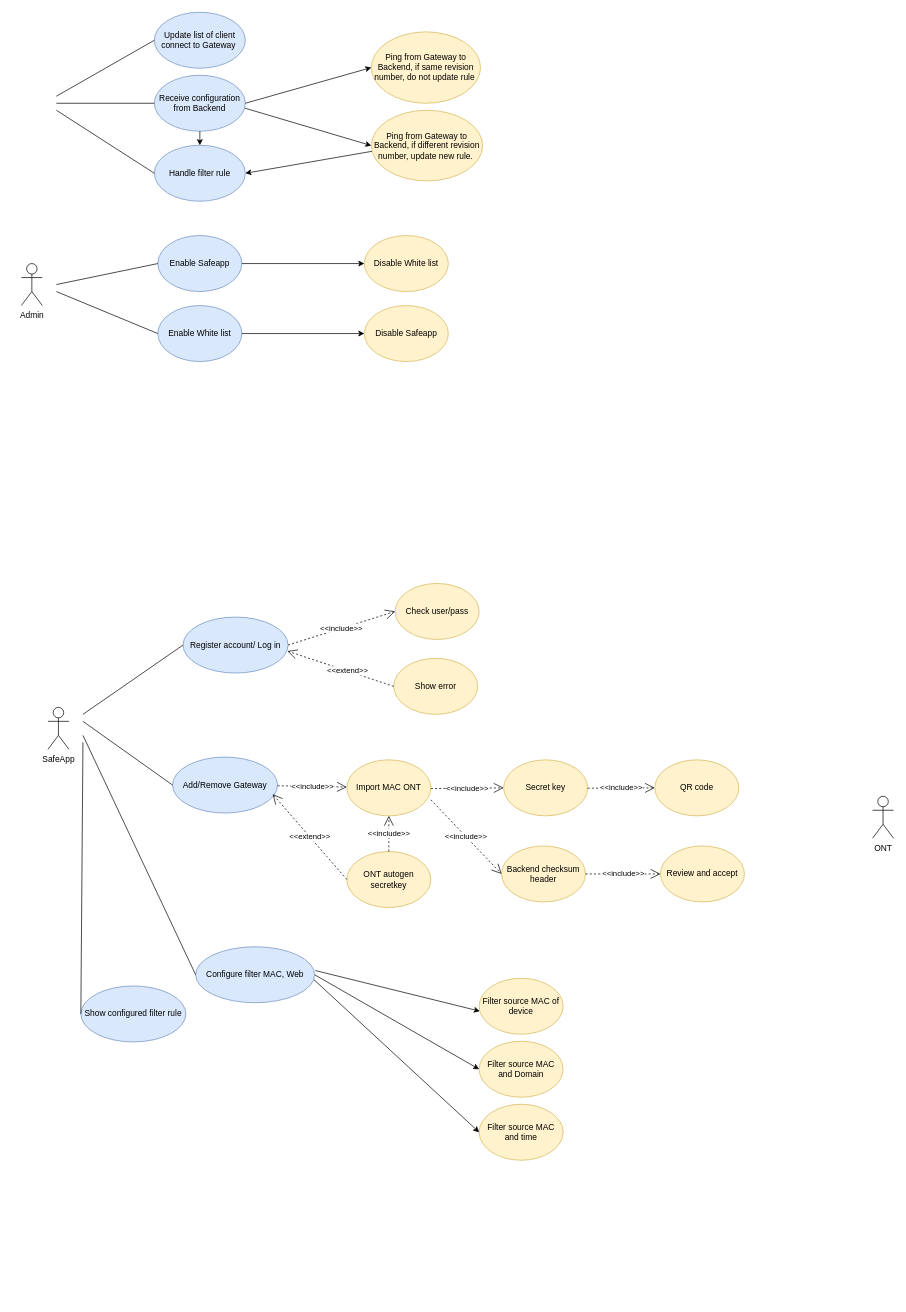
The draw.io diagram Untitled Diagram.drawio in nhatdevemb/Image_galerry, before the edit. Source tidied: cells renumbered, new cells numbered last; positions are measured from the earlier drawing's top-left corner, leaving out a move shared by most shapes. Both pictures are drawn from the tidied source at 70%, with x=0, y=0 at pixel (21, 12).
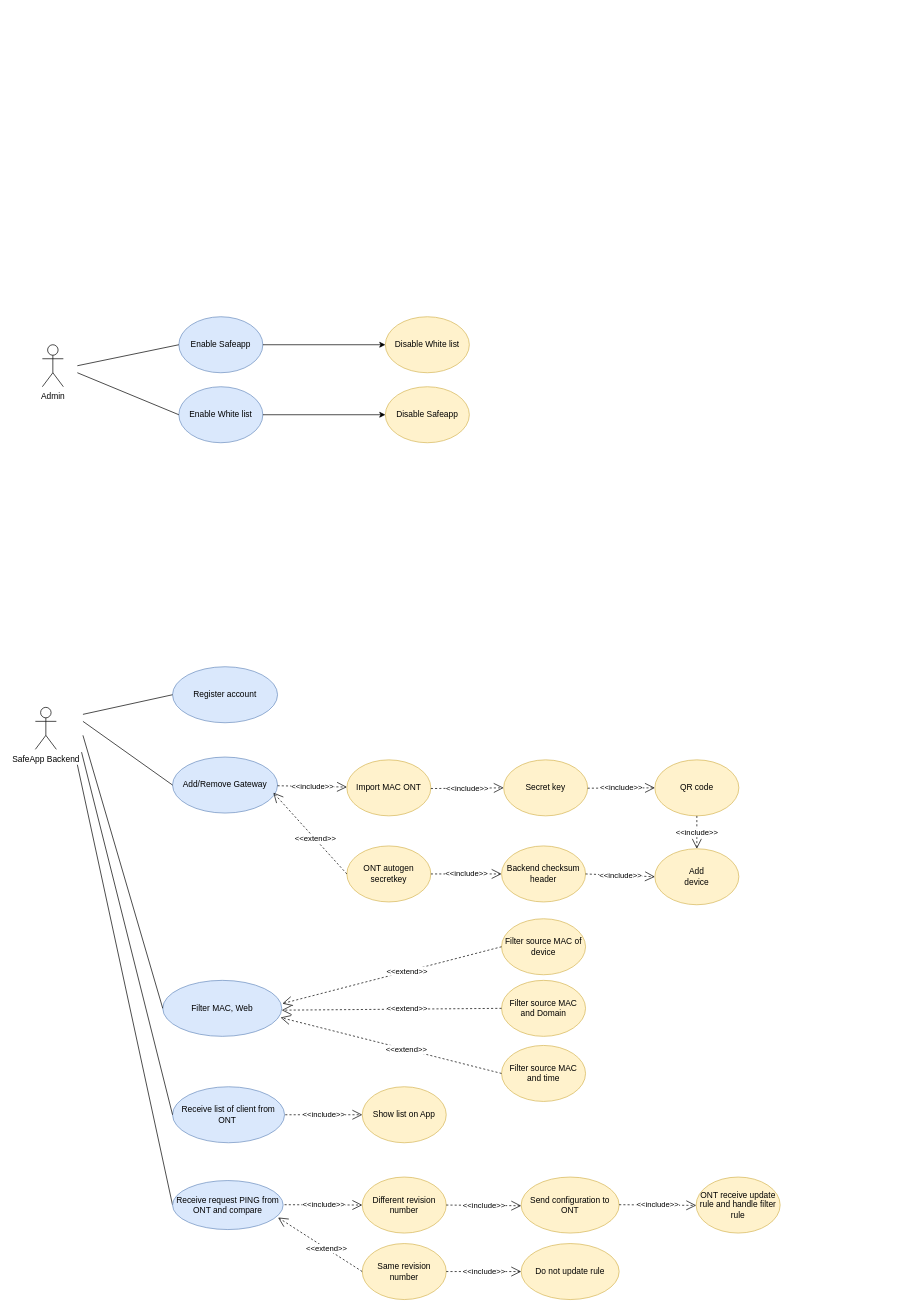
After the change.

The change refers to these unchanged cells:
```xml
<mxCell id="5" value="Add/Remove Gateway" style="ellipse;whiteSpace=wrap;html=1;fillColor=#dae8fc;strokeColor=#6c8ebf;" parent="1" vertex="1">
  <mxGeometry x="216" y="1064" width="150" height="80" as="geometry" />
</mxCell>
<mxCell id="39" value="Import MAC ONT" style="ellipse;whiteSpace=wrap;html=1;fillColor=#fff2cc;strokeColor=#d6b656;" parent="1" vertex="1">
  <mxGeometry x="465" y="1068" width="120" height="80" as="geometry" />
</mxCell>
<mxCell id="47" value="QR code" style="ellipse;whiteSpace=wrap;html=1;fillColor=#fff2cc;strokeColor=#d6b656;" parent="1" vertex="1">
  <mxGeometry x="905" y="1068" width="120" height="80" as="geometry" />
</mxCell>
<mxCell id="51" value="Backend checksum header" style="ellipse;whiteSpace=wrap;html=1;fillColor=#fff2cc;strokeColor=#d6b656;" parent="1" vertex="1">
  <mxGeometry x="686" y="1191" width="120" height="80" as="geometry" />
</mxCell>
```

Diff of the diagram source:
```diff
@@
-    <mxCell id="2" value="SafeApp" style="shape=umlActor;verticalLabelPosition=bottom;verticalAlign=top;html=1;" parent="1" vertex="1">
-      <mxGeometry x="38" y="993" width="30" height="60" as="geometry" />
+    <mxCell id="2" value="SafeApp Backend" style="shape=umlActor;verticalLabelPosition=bottom;verticalAlign=top;html=1;" parent="1" vertex="1">
+      <mxGeometry x="20" y="993" width="30" height="60" as="geometry" />
     </mxCell>
-    <mxCell id="3" value="Register account/ Log in" style="ellipse;whiteSpace=wrap;html=1;fillColor=#dae8fc;strokeColor=#6c8ebf;" parent="1" vertex="1">
-      <mxGeometry x="231" y="864" width="150" height="80" as="geometry" />
+    <mxCell id="3" value="Register account" style="ellipse;whiteSpace=wrap;html=1;fillColor=#dae8fc;strokeColor=#6c8ebf;" parent="1" vertex="1">
+      <mxGeometry x="216" y="935" width="150" height="80" as="geometry" />
     </mxCell>
-    <mxCell id="4" value="Show configured filter rule" style="ellipse;whiteSpace=wrap;html=1;fillColor=#dae8fc;strokeColor=#6c8ebf;" parent="1" vertex="1">
-      <mxGeometry x="85" y="1391" width="150" height="80" as="geometry" />
+    <mxCell id="4" value="Receive list of client from ONT&amp;nbsp;" style="ellipse;whiteSpace=wrap;html=1;fillColor=#dae8fc;strokeColor=#6c8ebf;" parent="1" vertex="1">
+      <mxGeometry x="216" y="1535" width="160" height="80" as="geometry" />
     </mxCell>
@@
-    <mxCell id="6" value="Configure filter MAC, Web" style="ellipse;whiteSpace=wrap;html=1;fillColor=#dae8fc;strokeColor=#6c8ebf;" parent="1" vertex="1">
-      <mxGeometry x="249" y="1335" width="170" height="80" as="geometry" />
+    <mxCell id="6" value="Filter MAC, Web" style="ellipse;whiteSpace=wrap;html=1;fillColor=#dae8fc;strokeColor=#6c8ebf;" parent="1" vertex="1">
+      <mxGeometry x="202" y="1383" width="170" height="80" as="geometry" />
     </mxCell>
@@
     <mxCell id="8" style="endArrow=none;html=1;rounded=0;entryX=0;entryY=0.5;entryDx=0;entryDy=0;" parent="1" edge="1" target="4">
       <mxGeometry relative="1" as="geometry">
-        <mxPoint x="88" y="1043" as="sourcePoint" />
+        <mxPoint x="86" y="1057" as="sourcePoint" />
       </mxGeometry>
     </mxCell>
@@
-    <mxCell id="11" value="ONT" style="shape=umlActor;verticalLabelPosition=bottom;verticalAlign=top;html=1;" parent="1" vertex="1">
-      <mxGeometry x="1216" y="1120" width="30" height="60" as="geometry" />
-    </mxCell>
     <mxCell id="12" value="Filter source MAC of device" style="ellipse;whiteSpace=wrap;html=1;fillColor=#fff2cc;strokeColor=#d6b656;" parent="1" vertex="1">
-      <mxGeometry x="654" y="1380" width="120" height="80" as="geometry" />
+      <mxGeometry x="686" y="1295" width="120" height="80" as="geometry" />
     </mxCell>
     <mxCell id="13" value="Filter source MAC and Domain" style="ellipse;whiteSpace=wrap;html=1;fillColor=#fff2cc;strokeColor=#d6b656;" parent="1" vertex="1">
-      <mxGeometry x="654" y="1470" width="120" height="80" as="geometry" />
+      <mxGeometry x="686" y="1383" width="120" height="80" as="geometry" />
     </mxCell>
     <mxCell id="14" value="Filter source MAC and time" style="ellipse;whiteSpace=wrap;html=1;fillColor=#fff2cc;strokeColor=#d6b656;" parent="1" vertex="1">
-      <mxGeometry x="654" y="1560" width="120" height="80" as="geometry" />
+      <mxGeometry x="686" y="1476" width="120" height="80" as="geometry" />
     </mxCell>
-    <mxCell id="15" style="endArrow=classic;html=1;rounded=0;entryX=0.008;entryY=0.588;entryDx=0;entryDy=0;entryPerimeter=0;exitX=1.006;exitY=0.425;exitDx=0;exitDy=0;exitPerimeter=0;" parent="1" edge="1" source="6" target="12">
-      <mxGeometry relative="1" as="geometry" />
-    </mxCell>
-    <mxCell id="16" style="endArrow=classic;html=1;rounded=0;entryX=0;entryY=0.5;entryDx=0;entryDy=0;exitX=1;exitY=0.5;exitDx=0;exitDy=0;" parent="1" edge="1" source="6" target="13">
-      <mxGeometry relative="1" as="geometry" />
-    </mxCell>
-    <mxCell id="17" style="endArrow=classic;html=1;rounded=0;entryX=0;entryY=0.5;entryDx=0;entryDy=0;exitX=0.994;exitY=0.588;exitDx=0;exitDy=0;exitPerimeter=0;" parent="1" edge="1" source="6" target="14">
-      <mxGeometry relative="1" as="geometry" />
-    </mxCell>
-    <mxCell id="18" value="Update list of client connect to Gateway&amp;nbsp;" style="ellipse;whiteSpace=wrap;html=1;fillColor=#dae8fc;strokeColor=#6c8ebf;" parent="1" vertex="1">
-      <mxGeometry x="190" width="130" height="80" as="geometry" />
-    </mxCell>
-    <mxCell id="19" value="Receive configuration from Backend" style="ellipse;whiteSpace=wrap;html=1;fillColor=#dae8fc;strokeColor=#6c8ebf;" parent="1" vertex="1">
-      <mxGeometry x="190" y="90" width="130" height="80" as="geometry" />
-    </mxCell>
-    <mxCell id="20" value="Handle filter rule" style="ellipse;whiteSpace=wrap;html=1;fillColor=#dae8fc;strokeColor=#6c8ebf;" parent="1" vertex="1">
-      <mxGeometry x="190" y="190" width="130" height="80" as="geometry" />
-    </mxCell>
-    <mxCell id="21" style="endArrow=none;html=1;rounded=0;entryX=0;entryY=0.5;entryDx=0;entryDy=0;" parent="1" edge="1" target="18">
-      <mxGeometry relative="1" as="geometry">
-        <mxPoint x="50" y="120" as="sourcePoint" />
-      </mxGeometry>
-    </mxCell>
-    <mxCell id="22" style="endArrow=none;html=1;rounded=0;entryX=0;entryY=0.5;entryDx=0;entryDy=0;" parent="1" edge="1" target="19">
-      <mxGeometry relative="1" as="geometry">
-        <mxPoint x="50" y="130" as="sourcePoint" />
-      </mxGeometry>
-    </mxCell>
-    <mxCell id="23" style="endArrow=none;html=1;rounded=0;entryX=0;entryY=0.5;entryDx=0;entryDy=0;" parent="1" edge="1" target="20">
-      <mxGeometry relative="1" as="geometry">
-        <mxPoint x="50" y="140" as="sourcePoint" />
-      </mxGeometry>
-    </mxCell>
-    <mxCell id="24" value="Ping from Gateway to Backend, if same revision number, do not update rule&amp;nbsp;" style="ellipse;whiteSpace=wrap;html=1;fillColor=#fff2cc;strokeColor=#d6b656;" parent="1" vertex="1">
-      <mxGeometry x="500" y="28" width="156" height="102" as="geometry" />
-    </mxCell>
-    <mxCell id="25" style="endArrow=classic;html=1;rounded=0;entryX=0;entryY=0.5;entryDx=0;entryDy=0;exitX=1;exitY=0.5;exitDx=0;exitDy=0;" parent="1" edge="1" source="19" target="24">
-      <mxGeometry relative="1" as="geometry" />
-    </mxCell>
-    <mxCell id="26" value="&lt;span&gt;Ping from Gateway to Backend, if different revision number, update new rule.&amp;nbsp;&lt;/span&gt;" style="ellipse;whiteSpace=wrap;html=1;fillColor=#fff2cc;strokeColor=#d6b656;" parent="1" vertex="1">
-      <mxGeometry x="500" y="140" width="159" height="101" as="geometry" />
-    </mxCell>
-    <mxCell id="27" style="endArrow=classic;html=1;rounded=0;entryX=0;entryY=0.5;entryDx=0;entryDy=0;exitX=0.995;exitY=0.588;exitDx=0;exitDy=0;exitPerimeter=0;" parent="1" edge="1" source="19" target="26">
-      <mxGeometry relative="1" as="geometry" />
-    </mxCell>
-    <mxCell id="28" style="endArrow=classic;html=1;rounded=0;entryX=1;entryY=0.5;entryDx=0;entryDy=0;exitX=0.005;exitY=0.581;exitDx=0;exitDy=0;exitPerimeter=0;" parent="1" edge="1" source="26" target="20">
-      <mxGeometry relative="1" as="geometry" />
-    </mxCell>
-    <mxCell id="29" style="endArrow=classic;html=1;rounded=0;entryX=0.5;entryY=0;entryDx=0;entryDy=0;exitX=0.5;exitY=1;exitDx=0;exitDy=0;" parent="1" edge="1" source="19" target="20">
-      <mxGeometry relative="1" as="geometry" />
-    </mxCell>
     <mxCell id="30" value="Admin" style="shape=umlActor;verticalLabelPosition=bottom;verticalAlign=top;html=1;" parent="1" vertex="1">
-      <mxGeometry y="359" width="30" height="60" as="geometry" />
+      <mxGeometry x="30" y="475" width="30" height="60" as="geometry" />
     </mxCell>
     <mxCell id="31" value="Enable Safeapp" style="ellipse;whiteSpace=wrap;html=1;fillColor=#dae8fc;strokeColor=#6c8ebf;" parent="1" vertex="1">
-      <mxGeometry x="195" y="319" width="120" height="80" as="geometry" />
+      <mxGeometry x="225" y="435" width="120" height="80" as="geometry" />
     </mxCell>
     <mxCell id="32" value="Enable White list" style="ellipse;whiteSpace=wrap;html=1;fillColor=#dae8fc;strokeColor=#6c8ebf;" parent="1" vertex="1">
-      <mxGeometry x="195" y="419" width="120" height="80" as="geometry" />
+      <mxGeometry x="225" y="535" width="120" height="80" as="geometry" />
     </mxCell>
     <mxCell id="33" style="endArrow=none;html=1;rounded=0;entryX=0;entryY=0.5;entryDx=0;entryDy=0;" parent="1" edge="1" target="31">
       <mxGeometry relative="1" as="geometry">
-        <mxPoint x="50" y="389" as="sourcePoint" />
+        <mxPoint x="80" y="505" as="sourcePoint" />
       </mxGeometry>
     </mxCell>
     <mxCell id="34" style="endArrow=none;html=1;rounded=0;entryX=0;entryY=0.5;entryDx=0;entryDy=0;" parent="1" edge="1" target="32">
       <mxGeometry relative="1" as="geometry">
-        <mxPoint x="50" y="399" as="sourcePoint" />
+        <mxPoint x="80" y="515" as="sourcePoint" />
       </mxGeometry>
     </mxCell>
     <mxCell id="35" value="Disable White list" style="ellipse;whiteSpace=wrap;html=1;fillColor=#fff2cc;strokeColor=#d6b656;" parent="1" vertex="1">
-      <mxGeometry x="490" y="319" width="120" height="80" as="geometry" />
+      <mxGeometry x="520" y="435" width="120" height="80" as="geometry" />
     </mxCell>
     <mxCell id="36" value="Disable Safeapp" style="ellipse;whiteSpace=wrap;html=1;fillColor=#fff2cc;strokeColor=#d6b656;" parent="1" vertex="1">
-      <mxGeometry x="490" y="419" width="120" height="80" as="geometry" />
+      <mxGeometry x="520" y="535" width="120" height="80" as="geometry" />
     </mxCell>
@@
-    <mxCell id="41" value="Check user/pass" style="ellipse;whiteSpace=wrap;html=1;fillColor=#fff2cc;strokeColor=#d6b656;" parent="1" vertex="1">
-      <mxGeometry x="534" y="816" width="120" height="80" as="geometry" />
-    </mxCell>
-    <mxCell id="42" value="Show error" style="ellipse;whiteSpace=wrap;html=1;fillColor=#fff2cc;strokeColor=#d6b656;" parent="1" vertex="1">
-      <mxGeometry x="532" y="923" width="120" height="80" as="geometry" />
-    </mxCell>
-    <mxCell id="43" value="&amp;lt;&amp;lt;extend&amp;gt;&amp;gt;" style="endArrow=open;endSize=12;dashed=1;html=1;rounded=0;entryX=0.993;entryY=0.608;entryDx=0;entryDy=0;exitX=0;exitY=0.5;exitDx=0;exitDy=0;entryPerimeter=0;" parent="1" edge="1" source="42" target="3">
-      <mxGeometry x="-0.14" relative="1" as="geometry" />
-    </mxCell>
-    <mxCell id="44" value="&amp;lt;&amp;lt;include&amp;gt;&amp;gt;" style="endArrow=open;endSize=12;dashed=1;html=1;rounded=0;exitX=1;exitY=0.5;exitDx=0;exitDy=0;entryX=0;entryY=0.5;entryDx=0;entryDy=0;" parent="1" edge="1" source="3" target="41">
-      <mxGeometry relative="1" as="geometry" />
-    </mxCell>
@@
     <mxCell id="49" value="ONT autogen secretkey" style="ellipse;whiteSpace=wrap;html=1;fillColor=#fff2cc;strokeColor=#d6b656;" parent="1" vertex="1">
-      <mxGeometry x="465" y="1199" width="120" height="80" as="geometry" />
+      <mxGeometry x="465" y="1191" width="120" height="80" as="geometry" />
     </mxCell>
-    <mxCell id="50" value="&amp;lt;&amp;lt;extend&amp;gt;&amp;gt;" style="endArrow=open;endSize=12;dashed=1;html=1;rounded=0;exitX=0;exitY=0.5;exitDx=0;exitDy=0;" parent="1" edge="1" source="49">
-      <mxGeometry relative="1" as="geometry">
-        <mxPoint x="359" y="1117" as="targetPoint" />
-      </mxGeometry>
-    </mxCell>
@@
-    <mxCell id="52" value="Review and accept" style="ellipse;whiteSpace=wrap;html=1;fillColor=#fff2cc;strokeColor=#d6b656;" parent="1" vertex="1">
-      <mxGeometry x="913" y="1191" width="120" height="80" as="geometry" />
+    <mxCell id="52" value="Add&lt;br&gt;device" style="ellipse;whiteSpace=wrap;html=1;fillColor=#fff2cc;strokeColor=#d6b656;" parent="1" vertex="1">
+      <mxGeometry x="905" y="1195" width="120" height="80" as="geometry" />
     </mxCell>
-    <mxCell id="53" value="&amp;lt;&amp;lt;include&amp;gt;&amp;gt;" style="endArrow=open;endSize=12;dashed=1;html=1;rounded=0;exitX=1;exitY=0.5;exitDx=0;exitDy=0;entryX=0;entryY=0.5;entryDx=0;entryDy=0;" parent="1" edge="1" target="51">
-      <mxGeometry relative="1" as="geometry">
-        <mxPoint x="585" y="1125" as="sourcePoint" />
-      </mxGeometry>
-    </mxCell>
@@
-    <mxCell id="55" value="&amp;lt;&amp;lt;include&amp;gt;&amp;gt;" style="endArrow=open;endSize=12;dashed=1;html=1;rounded=0;exitX=0.5;exitY=0;exitDx=0;exitDy=0;entryX=0.5;entryY=1;entryDx=0;entryDy=0;" parent="1" edge="1" source="49" target="39">
+    <mxCell id="55" value="&amp;lt;&amp;lt;include&amp;gt;&amp;gt;" style="endArrow=open;endSize=12;dashed=1;html=1;rounded=0;exitX=1;exitY=0.5;exitDx=0;exitDy=0;entryX=0;entryY=0.5;entryDx=0;entryDy=0;" parent="1" edge="1" source="49" target="51">
       <mxGeometry relative="1" as="geometry" />
     </mxCell>
+    <mxCell id="56" value="Show list on App" style="ellipse;whiteSpace=wrap;html=1;fillColor=#fff2cc;strokeColor=#d6b656;" parent="1" vertex="1">
+      <mxGeometry x="487" y="1535" width="120" height="80" as="geometry" />
+    </mxCell>
+    <mxCell id="57" value="&amp;lt;&amp;lt;include&amp;gt;&amp;gt;" style="endArrow=open;endSize=12;dashed=1;html=1;rounded=0;entryX=0;entryY=0.5;entryDx=0;entryDy=0;" parent="1" edge="1" target="56">
+      <mxGeometry relative="1" as="geometry">
+        <mxPoint x="377" y="1575" as="sourcePoint" />
+      </mxGeometry>
+    </mxCell>
+    <mxCell id="58" value="Send configuration to ONT" style="ellipse;whiteSpace=wrap;html=1;fillColor=#fff2cc;strokeColor=#d6b656;" parent="1" vertex="1">
+      <mxGeometry x="714" y="1664" width="140" height="80" as="geometry" />
+    </mxCell>
+    <mxCell id="59" style="endArrow=none;html=1;rounded=0;entryX=0;entryY=0.5;entryDx=0;entryDy=0;" parent="1" edge="1" target="64">
+      <mxGeometry relative="1" as="geometry">
+        <mxPoint x="80" y="1075" as="sourcePoint" />
+      </mxGeometry>
+    </mxCell>
+    <mxCell id="60" value="ONT receive update rule and handle filter rule" style="ellipse;whiteSpace=wrap;html=1;fillColor=#fff2cc;strokeColor=#d6b656;" parent="1" vertex="1">
+      <mxGeometry x="964" y="1664" width="120" height="80" as="geometry" />
+    </mxCell>
+    <mxCell id="61" value="Same revision number" style="ellipse;whiteSpace=wrap;html=1;fillColor=#fff2cc;strokeColor=#d6b656;" parent="1" vertex="1">
+      <mxGeometry x="487" y="1759" width="120" height="80" as="geometry" />
+    </mxCell>
+    <mxCell id="62" value="Different revision number" style="ellipse;whiteSpace=wrap;html=1;fillColor=#fff2cc;strokeColor=#d6b656;" parent="1" vertex="1">
+      <mxGeometry x="487" y="1664" width="120" height="80" as="geometry" />
+    </mxCell>
+    <mxCell id="63" value="&amp;lt;&amp;lt;include&amp;gt;&amp;gt;" style="endArrow=open;endSize=12;dashed=1;html=1;rounded=0;exitX=1;exitY=0.5;exitDx=0;exitDy=0;" parent="1" edge="1" source="62">
+      <mxGeometry relative="1" as="geometry">
+        <mxPoint x="714" y="1705" as="targetPoint" />
+      </mxGeometry>
+    </mxCell>
+    <mxCell id="64" value="Receive request PING from ONT and compare" style="ellipse;whiteSpace=wrap;html=1;fillColor=#dae8fc;strokeColor=#6c8ebf;" parent="1" vertex="1">
+      <mxGeometry x="216" y="1669" width="158" height="70" as="geometry" />
+    </mxCell>
+    <mxCell id="65" value="&amp;lt;&amp;lt;extend&amp;gt;&amp;gt;" style="endArrow=open;endSize=12;dashed=1;html=1;rounded=0;entryX=0.954;entryY=0.755;entryDx=0;entryDy=0;exitX=0;exitY=0.5;exitDx=0;exitDy=0;entryPerimeter=0;" parent="1" edge="1" source="61" target="64">
+      <mxGeometry x="-0.14" relative="1" as="geometry" />
+    </mxCell>
+    <mxCell id="66" value="&amp;lt;&amp;lt;include&amp;gt;&amp;gt;" style="endArrow=open;endSize=12;dashed=1;html=1;rounded=0;exitX=0.975;exitY=0.5;exitDx=0;exitDy=0;exitPerimeter=0;" parent="1" edge="1">
+      <mxGeometry relative="1" as="geometry">
+        <mxPoint x="854" y="1703.5" as="sourcePoint" />
+        <mxPoint x="964" y="1704.5" as="targetPoint" />
+      </mxGeometry>
+    </mxCell>
+    <mxCell id="67" value="Do not update rule" style="ellipse;whiteSpace=wrap;html=1;fillColor=#fff2cc;strokeColor=#d6b656;" parent="1" vertex="1">
+      <mxGeometry x="714" y="1759" width="140" height="80" as="geometry" />
+    </mxCell>
+    <mxCell id="68" value="&amp;lt;&amp;lt;include&amp;gt;&amp;gt;" style="endArrow=open;endSize=12;dashed=1;html=1;rounded=0;exitX=1;exitY=0.5;exitDx=0;exitDy=0;entryX=0;entryY=0.5;entryDx=0;entryDy=0;" parent="1" edge="1" source="61" target="67">
+      <mxGeometry relative="1" as="geometry" />
+    </mxCell>
+    <mxCell id="43" value="&amp;lt;&amp;lt;extend&amp;gt;&amp;gt;" style="endArrow=open;endSize=12;dashed=1;html=1;rounded=0;entryX=0.993;entryY=0.608;entryDx=0;entryDy=0;exitX=0;exitY=0.5;exitDx=0;exitDy=0;entryPerimeter=0;" parent="1" edge="1" source="13">
+      <mxGeometry x="-0.14" relative="1" as="geometry">
+        <mxPoint x="372" y="1425.6" as="targetPoint" />
+      </mxGeometry>
+    </mxCell>
+    <mxCell id="69" value="&amp;lt;&amp;lt;extend&amp;gt;&amp;gt;" style="endArrow=open;endSize=12;dashed=1;html=1;rounded=0;entryX=0.99;entryY=0.664;entryDx=0;entryDy=0;exitX=0;exitY=0.5;exitDx=0;exitDy=0;entryPerimeter=0;" parent="1" edge="1" source="14" target="6">
+      <mxGeometry x="-0.14" relative="1" as="geometry" />
+    </mxCell>
+    <mxCell id="70" value="&amp;lt;&amp;lt;extend&amp;gt;&amp;gt;" style="endArrow=open;endSize=12;dashed=1;html=1;rounded=0;entryX=1.005;entryY=0.415;entryDx=0;entryDy=0;exitX=0;exitY=0.5;exitDx=0;exitDy=0;entryPerimeter=0;" parent="1" edge="1" source="12" target="6">
+      <mxGeometry x="-0.14" relative="1" as="geometry" />
+    </mxCell>
+    <mxCell id="71" value="&amp;lt;&amp;lt;extend&amp;gt;&amp;gt;" style="endArrow=open;endSize=12;dashed=1;html=1;rounded=0;entryX=0.96;entryY=0.637;entryDx=0;entryDy=0;exitX=0;exitY=0.5;exitDx=0;exitDy=0;entryPerimeter=0;" parent="1" edge="1" source="49" target="5">
+      <mxGeometry x="-0.14" relative="1" as="geometry" />
+    </mxCell>
+    <mxCell id="72" value="&amp;lt;&amp;lt;include&amp;gt;&amp;gt;" style="endArrow=open;endSize=12;dashed=1;html=1;rounded=0;exitX=0.5;exitY=1;exitDx=0;exitDy=0;entryX=0.5;entryY=0;entryDx=0;entryDy=0;" parent="1" edge="1" source="47" target="52">
+      <mxGeometry relative="1" as="geometry" />
+    </mxCell>
+    <mxCell id="73" value="&amp;lt;&amp;lt;include&amp;gt;&amp;gt;" style="endArrow=open;endSize=12;dashed=1;html=1;rounded=0;exitX=1;exitY=0.5;exitDx=0;exitDy=0;entryX=0;entryY=0.5;entryDx=0;entryDy=0;" parent="1" edge="1" target="62">
+      <mxGeometry relative="1" as="geometry">
+        <mxPoint x="376" y="1703.5" as="sourcePoint" />
+      </mxGeometry>
+    </mxCell>
```
